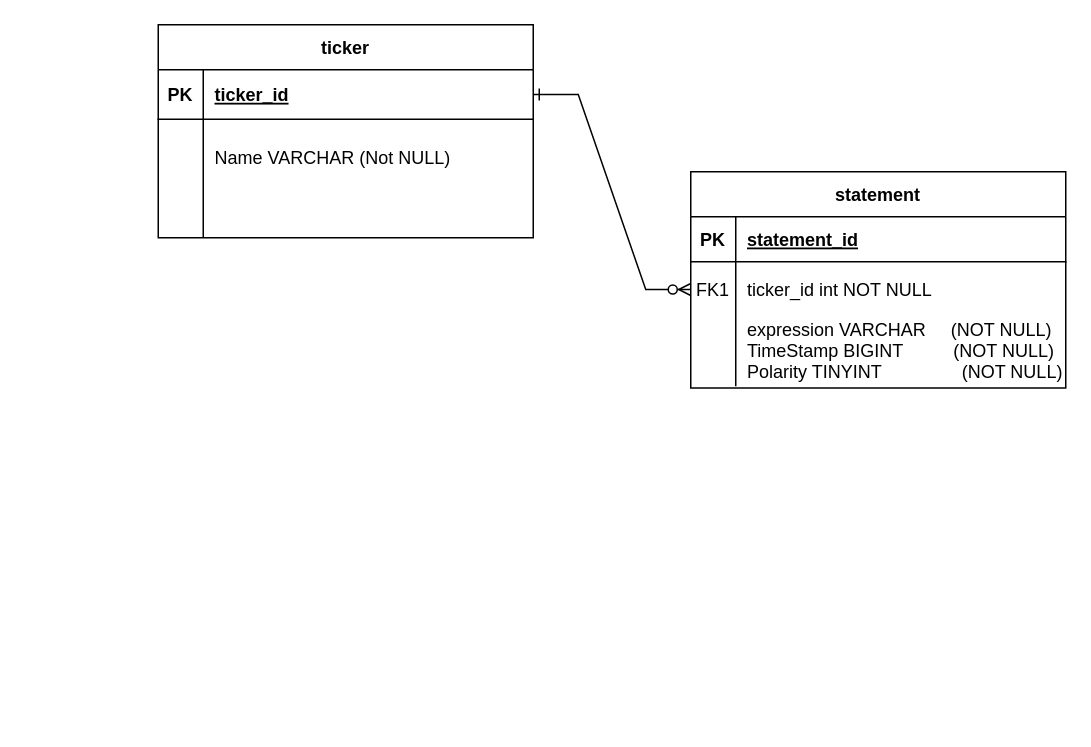
This is DB_Scheme.drawio from jonreesman/watch-dog, a draw.io file, before an edit. Source tidied: cells renumbered, new cells numbered last; positions are measured from the earlier drawing's top-left corner, leaving out a move shared by most shapes. Both pictures are drawn from the tidied source at 150%, with x=0, y=0 at pixel (158, 24).
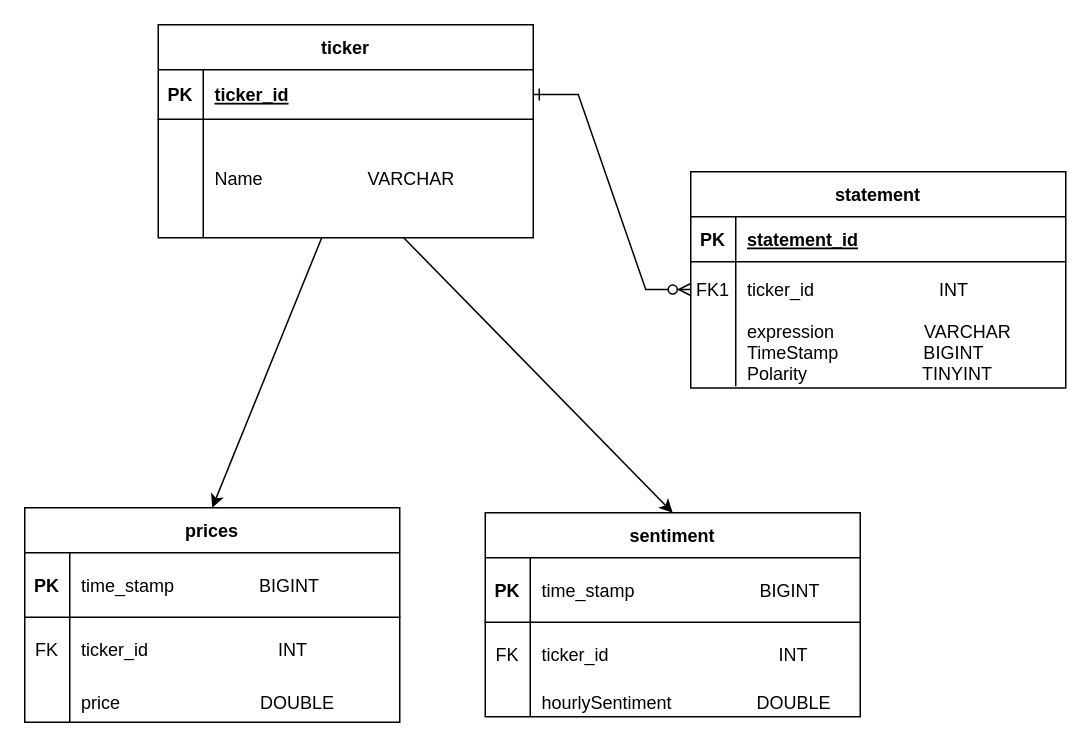
The same diagram, later.

The change refers to these unchanged cells:
```xml
<mxCell id="7" style="shape=partialRectangle;fillColor=none;points=[[0,0.5],[1,0.5]];portConstraint=eastwest;top=0;left=0;right=0;bottom=0;hachureGap=4;" parent="3" vertex="1">
  <mxGeometry y="60" width="250" height="37" as="geometry" />
</mxCell>
<mxCell id="10" style="shape=partialRectangle;fillColor=none;top=0;left=0;right=0;bottom=0;hachureGap=4;" parent="3" vertex="1">
  <mxGeometry y="97" width="250" height="46" as="geometry" />
</mxCell>
<mxCell id="17" style="shape=partialRectangle;fillColor=none;points=[[0,0.5],[1,0.5]];portConstraint=eastwest;top=0;left=0;right=0;bottom=0;hachureGap=4;" parent="13" vertex="1">
  <mxGeometry y="63" width="250" height="79" as="geometry" />
</mxCell>
```

Change to the diagram source:
```diff
@@
-    <mxCell id="9" value="ticker_id int NOT NULL" style="shape=partialRectangle;overflow=hidden;fillColor=none;top=0;left=0;bottom=0;right=0;align=left;spacingLeft=6;hachureGap=4;" parent="7" vertex="1">
+    <mxCell id="9" value="ticker_id                         INT " style="shape=partialRectangle;overflow=hidden;fillColor=none;top=0;left=0;bottom=0;right=0;align=left;spacingLeft=6;hachureGap=4;" parent="7" vertex="1">
       <mxGeometry x="30" width="220" height="37" as="geometry" />
     </mxCell>
@@
-    <mxCell id="12" value="expression VARCHAR     (NOT NULL)&#10;TimeStamp BIGINT          (NOT NULL)&#10;Polarity TINYINT                (NOT NULL)&#10;" style="shape=partialRectangle;overflow=hidden;fillColor=none;top=0;left=0;bottom=0;right=0;align=left;spacingLeft=6;hachureGap=4;" parent="10" vertex="1">
+    <mxCell id="12" value="expression                  VARCHAR      &#10;TimeStamp                 BIGINT       &#10;Polarity                       TINYINT   " style="shape=partialRectangle;overflow=hidden;fillColor=none;top=0;left=0;bottom=0;right=0;align=left;spacingLeft=6;hachureGap=4;" parent="10" vertex="1">
       <mxGeometry x="30" width="220" height="46" as="geometry" />
     </mxCell>
@@
-    <mxCell id="19" value="Name VARCHAR (Not NULL)&#10;&#10;" style="shape=partialRectangle;overflow=hidden;fillColor=none;top=0;left=0;bottom=0;right=0;align=left;spacingLeft=6;hachureGap=4;" parent="17" vertex="1">
+    <mxCell id="19" value="Name                     VARCHAR" style="shape=partialRectangle;overflow=hidden;fillColor=none;top=0;left=0;bottom=0;right=0;align=left;spacingLeft=6;hachureGap=4;" parent="17" vertex="1">
       <mxGeometry x="30" width="220" height="79" as="geometry" />
     </mxCell>
+    <mxCell id="20" value="prices" style="shape=table;startSize=30;childLayout=tableLayout;rowLines=0;fontStyle=1;align=center;hachureGap=4;" parent="1" vertex="1">
+      <mxGeometry x="-89" y="322" width="250" height="143" as="geometry" />
+    </mxCell>
+    <mxCell id="21" style="shape=partialRectangle;fillColor=none;top=0;left=0;right=0;bottom=1;hachureGap=4;" parent="20" vertex="1">
+      <mxGeometry y="30" width="250" height="43" as="geometry" />
+    </mxCell>
+    <mxCell id="22" value="PK" style="shape=partialRectangle;overflow=hidden;fillColor=none;top=0;left=0;bottom=0;right=0;fontStyle=1;hachureGap=4;" parent="21" vertex="1">
+      <mxGeometry width="30" height="43" as="geometry" />
+    </mxCell>
+    <mxCell id="23" value="time_stamp                 BIGINT" style="shape=partialRectangle;overflow=hidden;fillColor=none;top=0;left=0;bottom=0;right=0;align=left;spacingLeft=6;fontStyle=0;hachureGap=4;" parent="21" vertex="1">
+      <mxGeometry x="30" width="220" height="43" as="geometry" />
+    </mxCell>
+    <mxCell id="24" style="shape=partialRectangle;fillColor=none;top=0;left=0;right=0;bottom=0;hachureGap=4;" parent="20" vertex="1">
+      <mxGeometry y="73" width="250" height="43" as="geometry" />
+    </mxCell>
+    <mxCell id="25" value="FK" style="shape=partialRectangle;overflow=hidden;fillColor=none;top=0;left=0;bottom=0;right=0;hachureGap=4;" parent="24" vertex="1">
+      <mxGeometry width="30" height="43" as="geometry" />
+    </mxCell>
+    <mxCell id="26" value="ticker_id                          INT" style="shape=partialRectangle;overflow=hidden;fillColor=none;top=0;left=0;bottom=0;right=0;align=left;spacingLeft=6;hachureGap=4;fontStyle=0;" parent="24" vertex="1">
+      <mxGeometry x="30" width="220" height="43" as="geometry" />
+    </mxCell>
+    <mxCell id="27" style="shape=partialRectangle;fillColor=none;top=0;left=0;right=0;bottom=0;hachureGap=4;" parent="20" vertex="1">
+      <mxGeometry y="116" width="250" height="27" as="geometry" />
+    </mxCell>
+    <mxCell id="28" style="shape=partialRectangle;overflow=hidden;fillColor=none;top=0;left=0;bottom=0;right=0;hachureGap=4;" parent="27" vertex="1">
+      <mxGeometry width="30" height="27" as="geometry" />
+    </mxCell>
+    <mxCell id="29" value="price                            DOUBLE" style="shape=partialRectangle;overflow=hidden;fillColor=none;top=0;left=0;bottom=0;right=0;align=left;spacingLeft=6;hachureGap=4;" parent="27" vertex="1">
+      <mxGeometry x="30" width="220" height="27" as="geometry" />
+    </mxCell>
+    <mxCell id="30" style="edgeStyle=none;html=1;entryX=0.5;entryY=0;entryDx=0;entryDy=0;" parent="1" edge="1" source="17" target="20">
+      <mxGeometry relative="1" as="geometry" />
+    </mxCell>
+    <mxCell id="31" value="sentiment" style="shape=table;startSize=30;childLayout=tableLayout;rowLines=0;fontStyle=1;align=center;hachureGap=4;" parent="1" vertex="1">
+      <mxGeometry x="218" y="325.4" width="250" height="136" as="geometry" />
+    </mxCell>
+    <mxCell id="32" style="shape=partialRectangle;fillColor=none;top=0;left=0;right=0;bottom=1;hachureGap=4;" parent="31" vertex="1">
+      <mxGeometry y="30" width="250" height="43" as="geometry" />
+    </mxCell>
+    <mxCell id="33" value="PK" style="shape=partialRectangle;overflow=hidden;fillColor=none;top=0;left=0;bottom=0;right=0;fontStyle=1;hachureGap=4;" parent="32" vertex="1">
+      <mxGeometry width="30" height="43" as="geometry" />
+    </mxCell>
+    <mxCell id="34" value="time_stamp                         BIGINT" style="shape=partialRectangle;overflow=hidden;fillColor=none;top=0;left=0;bottom=0;right=0;align=left;spacingLeft=6;fontStyle=0;hachureGap=4;" parent="32" vertex="1">
+      <mxGeometry x="30" width="220" height="43" as="geometry" />
+    </mxCell>
+    <mxCell id="35" style="shape=partialRectangle;fillColor=none;top=0;left=0;right=0;bottom=0;hachureGap=4;" parent="31" vertex="1">
+      <mxGeometry y="73" width="250" height="43" as="geometry" />
+    </mxCell>
+    <mxCell id="36" value="FK" style="shape=partialRectangle;overflow=hidden;fillColor=none;top=0;left=0;bottom=0;right=0;hachureGap=4;" parent="35" vertex="1">
+      <mxGeometry width="30" height="43" as="geometry" />
+    </mxCell>
+    <mxCell id="37" value="ticker_id                                  INT" style="shape=partialRectangle;overflow=hidden;fillColor=none;top=0;left=0;bottom=0;right=0;align=left;spacingLeft=6;hachureGap=4;" parent="35" vertex="1">
+      <mxGeometry x="30" width="220" height="43" as="geometry" />
+    </mxCell>
+    <mxCell id="38" style="shape=partialRectangle;fillColor=none;top=0;left=0;right=0;bottom=0;hachureGap=4;" parent="31" vertex="1">
+      <mxGeometry y="116" width="250" height="20" as="geometry" />
+    </mxCell>
+    <mxCell id="39" style="shape=partialRectangle;overflow=hidden;fillColor=none;top=0;left=0;bottom=0;right=0;hachureGap=4;" parent="38" vertex="1">
+      <mxGeometry width="30" height="20" as="geometry" />
+    </mxCell>
+    <mxCell id="40" value="hourlySentiment                 DOUBLE" style="shape=partialRectangle;overflow=hidden;fillColor=none;top=0;left=0;bottom=0;right=0;align=left;spacingLeft=6;hachureGap=4;" parent="38" vertex="1">
+      <mxGeometry x="30" width="220" height="20" as="geometry" />
+    </mxCell>
+    <mxCell id="41" style="edgeStyle=none;html=1;entryX=0.5;entryY=0;entryDx=0;entryDy=0;" parent="1" edge="1" source="17" target="31">
+      <mxGeometry relative="1" as="geometry" />
+    </mxCell>
```
